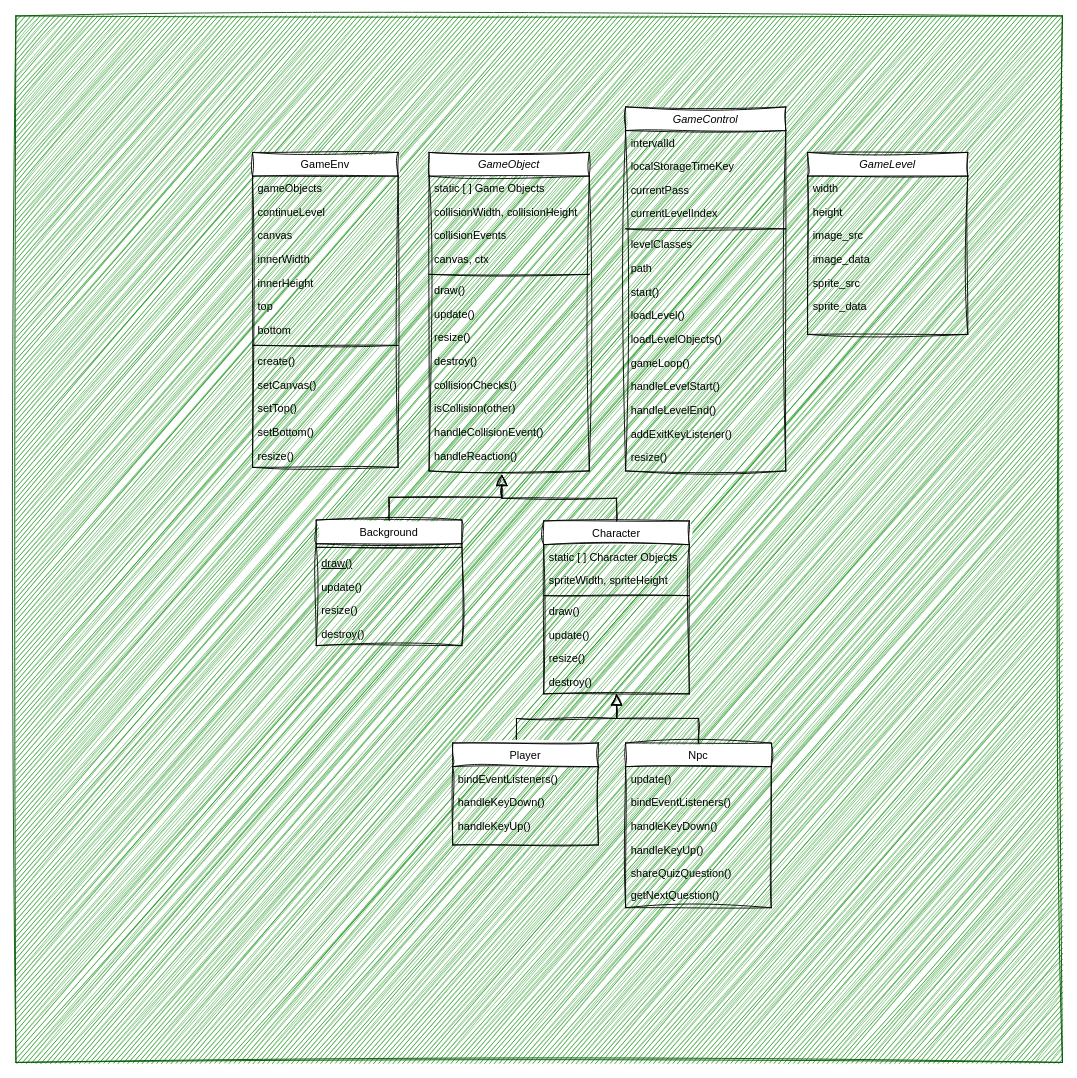
Earlier version of the draw.io diagram _notebooks/CSA/units_1_to_10/gameDiagram.drawio (AidanLau10/aidan_2025). Source tidied: cells renumbered, new cells numbered last; positions are measured from the earlier drawing's top-left corner, leaving out a move shared by most shapes. Both pictures are drawn from the tidied source at 91%, with x=0, y=0 at pixel (15, 15).
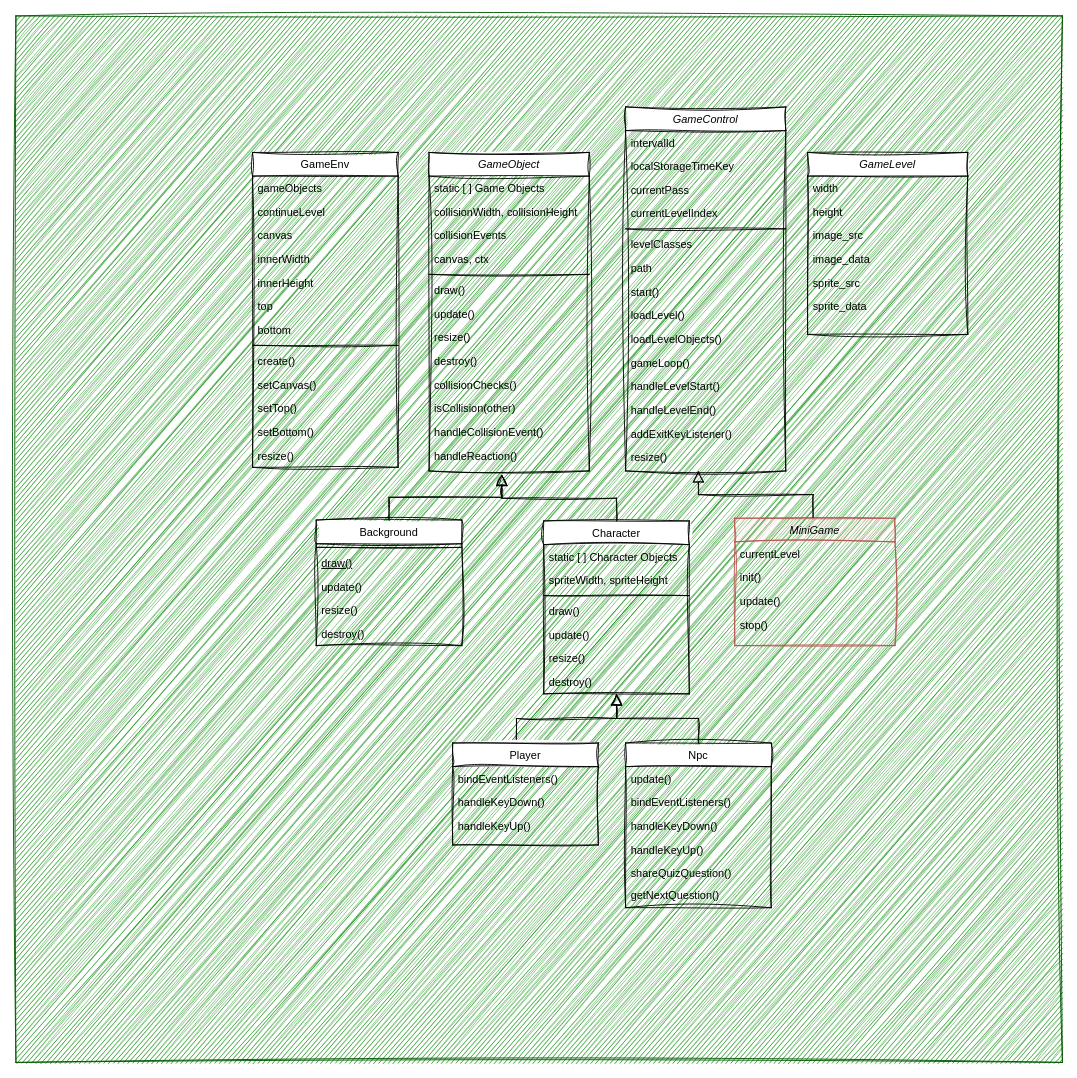
Above is the later version.

Diff of the diagram source:
```diff
@@
+    <mxCell id="83" value="MiniGame" style="swimlane;fontStyle=2;align=center;verticalAlign=top;horizontal=1;startSize=26;rounded=0;shadow=0;strokeWidth=1;sketch=1;curveFitting=1;jiggle=2;fillColor=#f8cecc;strokeColor=#b85450;" parent="1" vertex="1">
+      <mxGeometry x="790" y="552" width="176" height="140" as="geometry" />
+    </mxCell>
+    <mxCell id="84" value="currentLevel" style="text;align=left;verticalAlign=top;spacingLeft=4;spacingRight=4;overflow=hidden;rounded=0;shadow=0;html=0;sketch=1;curveFitting=1;jiggle=2;" parent="83" vertex="1">
+      <mxGeometry y="26" width="176" height="26" as="geometry" />
+    </mxCell>
+    <mxCell id="85" value="init()" style="text;align=left;verticalAlign=top;spacingLeft=4;spacingRight=4;overflow=hidden;sketch=1;curveFitting=1;jiggle=2;rounded=0;" parent="83" vertex="1">
+      <mxGeometry y="52" width="176" height="26" as="geometry" />
+    </mxCell>
+    <mxCell id="86" value="update()" style="text;align=left;verticalAlign=top;spacingLeft=4;spacingRight=4;overflow=hidden;sketch=1;curveFitting=1;jiggle=2;rounded=0;" parent="83" vertex="1">
+      <mxGeometry y="78" width="176" height="26" as="geometry" />
+    </mxCell>
+    <mxCell id="87" value="stop()" style="text;align=left;verticalAlign=top;spacingLeft=4;spacingRight=4;overflow=hidden;rounded=0;shadow=0;html=0;sketch=1;curveFitting=1;jiggle=2;" parent="83" vertex="1">
+      <mxGeometry y="104" width="176" height="26" as="geometry" />
+    </mxCell>
+    <mxCell id="88" style="endArrow=block;endSize=10;endFill=0;shadow=0;strokeWidth=1;rounded=0;edgeStyle=elbowEdgeStyle;elbow=vertical;sketch=1;curveFitting=1;jiggle=2;" parent="1" edge="1">
+      <mxGeometry relative="1" as="geometry">
+        <mxPoint x="876" y="551" as="sourcePoint" />
+        <mxPoint x="750" y="500" as="targetPoint" />
+      </mxGeometry>
+    </mxCell>
```
